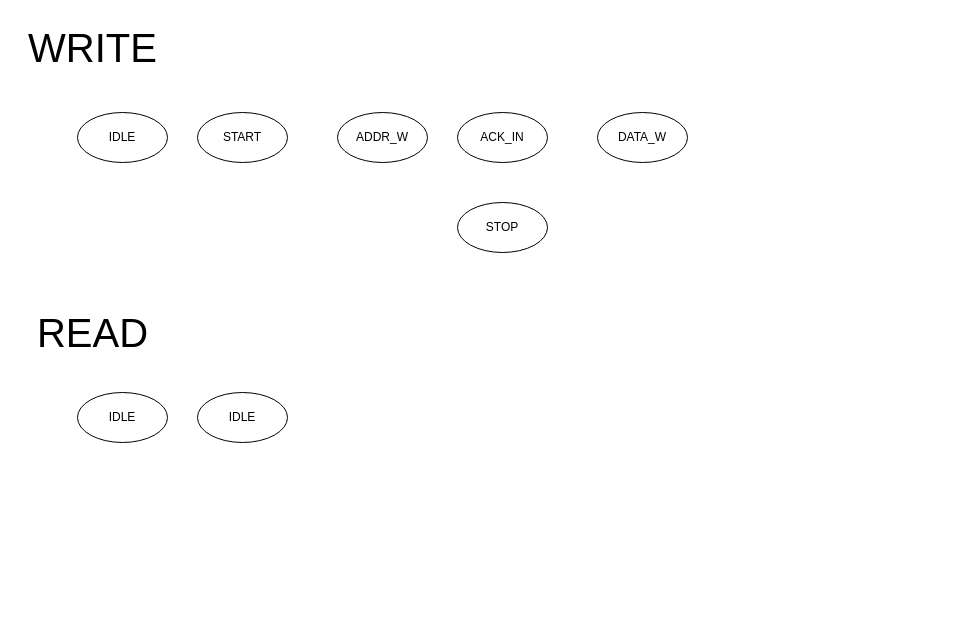
Before: I2C_FSM.drawio in kanosukii/I2C, a draw.io diagram. Source tidied: cells renumbered, new cells numbered last; positions are measured from the earlier drawing's top-left corner, leaving out a move shared by most shapes. Both pictures are drawn from the tidied source at 100%, with x=0, y=0 at pixel (17, 17).
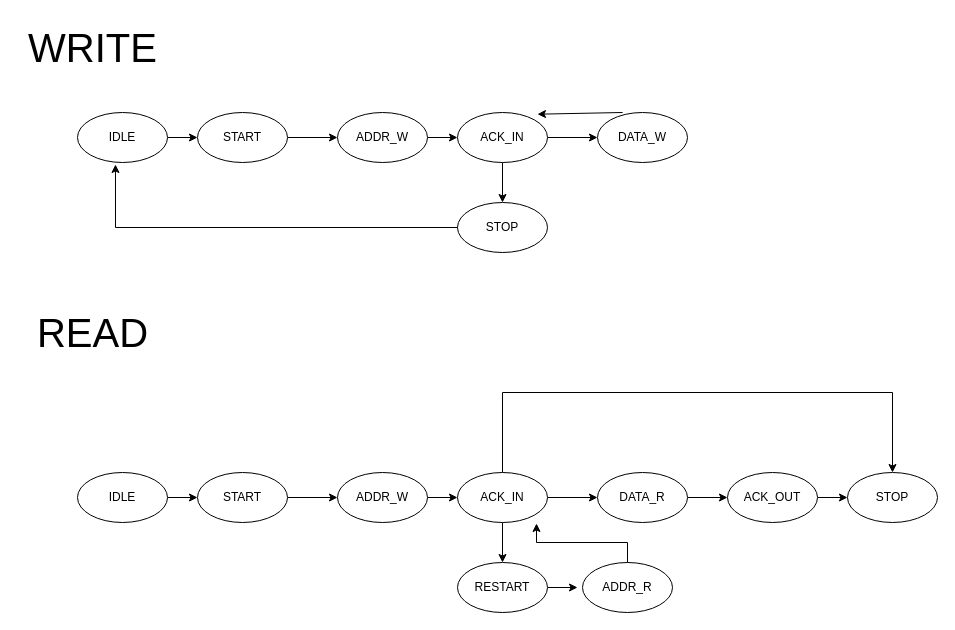
The same diagram, later.

The change refers to these unchanged cells:
```xml
<mxCell id="2" value="START" style="ellipse;whiteSpace=wrap;html=1;" parent="1" vertex="1">
  <mxGeometry x="180" y="95" width="90" height="50" as="geometry" />
</mxCell>
<mxCell id="4" value="IDLE" style="ellipse;whiteSpace=wrap;html=1;" parent="1" vertex="1">
  <mxGeometry x="60" y="95" width="90" height="50" as="geometry" />
</mxCell>
<mxCell id="5" value="ACK_IN" style="ellipse;whiteSpace=wrap;html=1;" parent="1" vertex="1">
  <mxGeometry x="440" y="95" width="90" height="50" as="geometry" />
</mxCell>
<mxCell id="6" value="ADDR_W" style="ellipse;whiteSpace=wrap;html=1;" parent="1" vertex="1">
  <mxGeometry x="320" y="95" width="90" height="50" as="geometry" />
</mxCell>
<mxCell id="7" value="STOP" style="ellipse;whiteSpace=wrap;html=1;" parent="1" vertex="1">
  <mxGeometry x="440" y="185" width="90" height="50" as="geometry" />
</mxCell>
<mxCell id="8" value="DATA_W" style="ellipse;whiteSpace=wrap;html=1;" parent="1" vertex="1">
  <mxGeometry x="580" y="95" width="90" height="50" as="geometry" />
</mxCell>
```

Diff of the diagram source:
```diff
@@
+    <mxCell id="12" style="edgeStyle=orthogonalEdgeStyle;rounded=0;jettySize=auto;html=1;exitX=1;exitY=0.5;exitDx=0;exitDy=0;entryX=0;entryY=0.5;entryDx=0;entryDy=0;" parent="1" edge="1" source="2" target="6">
+      <mxGeometry relative="1" as="geometry" />
+    </mxCell>
@@
+    <mxCell id="13" style="edgeStyle=orthogonalEdgeStyle;rounded=0;jettySize=auto;html=1;exitX=1;exitY=0.5;exitDx=0;exitDy=0;entryX=0;entryY=0.5;entryDx=0;entryDy=0;" parent="1" edge="1" source="4" target="2">
+      <mxGeometry relative="1" as="geometry" />
+    </mxCell>
@@
+    <mxCell id="14" style="edgeStyle=orthogonalEdgeStyle;rounded=0;jettySize=auto;html=1;exitX=1;exitY=0.5;exitDx=0;exitDy=0;entryX=0;entryY=0.5;entryDx=0;entryDy=0;" parent="1" edge="1" source="5" target="8">
+      <mxGeometry relative="1" as="geometry" />
+    </mxCell>
+    <mxCell id="15" style="edgeStyle=orthogonalEdgeStyle;rounded=0;jettySize=auto;html=1;exitX=0.5;exitY=1;exitDx=0;exitDy=0;entryX=0.5;entryY=0;entryDx=0;entryDy=0;" parent="1" edge="1" source="5" target="7">
+      <mxGeometry relative="1" as="geometry" />
+    </mxCell>
@@
+    <mxCell id="16" style="edgeStyle=orthogonalEdgeStyle;rounded=0;jettySize=auto;html=1;exitX=1;exitY=0.5;exitDx=0;exitDy=0;entryX=0;entryY=0.5;entryDx=0;entryDy=0;" parent="1" edge="1" source="6" target="5">
+      <mxGeometry relative="1" as="geometry" />
+    </mxCell>
@@
-    <mxCell id="9" value="IDLE" style="ellipse;whiteSpace=wrap;html=1;" parent="1" vertex="1">
-      <mxGeometry x="180" y="375" width="90" height="50" as="geometry" />
+    <mxCell id="9" value="STOP" style="ellipse;whiteSpace=wrap;html=1;" parent="1" vertex="1">
+      <mxGeometry x="830" y="455" width="90" height="50" as="geometry" />
     </mxCell>
+    <mxCell id="17" style="edgeStyle=orthogonalEdgeStyle;rounded=0;jettySize=auto;html=1;exitX=1;exitY=0.5;exitDx=0;exitDy=0;entryX=0;entryY=0.5;entryDx=0;entryDy=0;" parent="1" edge="1" source="10" target="9">
+      <mxGeometry relative="1" as="geometry" />
+    </mxCell>
-    <mxCell id="10" value="IDLE" style="ellipse;whiteSpace=wrap;html=1;" parent="1" vertex="1">
-      <mxGeometry x="60" y="375" width="90" height="50" as="geometry" />
+    <mxCell id="10" value="ACK_OUT" style="ellipse;whiteSpace=wrap;html=1;" parent="1" vertex="1">
+      <mxGeometry x="710" y="455" width="90" height="50" as="geometry" />
     </mxCell>
@@
+    <mxCell id="18" style="endArrow=classic;html=1;rounded=0;entryX=0.756;entryY=0.18;entryDx=0;entryDy=0;entryPerimeter=0;exitX=0;exitY=0;exitDx=0;exitDy=0;" parent="1" edge="1">
+      <mxGeometry relative="1" as="geometry">
+        <mxPoint x="605.1" y="95" as="sourcePoint" />
+        <mxPoint x="520" y="96.7" as="targetPoint" />
+      </mxGeometry>
+    </mxCell>
+    <mxCell id="19" style="edgeStyle=orthogonalEdgeStyle;rounded=0;jettySize=auto;html=1;exitX=1;exitY=0.5;exitDx=0;exitDy=0;entryX=0;entryY=0.5;entryDx=0;entryDy=0;" parent="1" edge="1" source="20" target="28">
+      <mxGeometry relative="1" as="geometry" />
+    </mxCell>
+    <mxCell id="20" value="START" style="ellipse;whiteSpace=wrap;html=1;" parent="1" vertex="1">
+      <mxGeometry x="180" y="455" width="90" height="50" as="geometry" />
+    </mxCell>
+    <mxCell id="21" style="edgeStyle=orthogonalEdgeStyle;rounded=0;jettySize=auto;html=1;exitX=1;exitY=0.5;exitDx=0;exitDy=0;entryX=0;entryY=0.5;entryDx=0;entryDy=0;" parent="1" edge="1" source="22" target="20">
+      <mxGeometry relative="1" as="geometry" />
+    </mxCell>
+    <mxCell id="22" value="IDLE" style="ellipse;whiteSpace=wrap;html=1;" parent="1" vertex="1">
+      <mxGeometry x="60" y="455" width="90" height="50" as="geometry" />
+    </mxCell>
+    <mxCell id="23" style="edgeStyle=orthogonalEdgeStyle;rounded=0;jettySize=auto;html=1;exitX=1;exitY=0.5;exitDx=0;exitDy=0;entryX=0;entryY=0.5;entryDx=0;entryDy=0;" parent="1" edge="1" source="26" target="32">
+      <mxGeometry relative="1" as="geometry" />
+    </mxCell>
+    <mxCell id="24" style="edgeStyle=orthogonalEdgeStyle;rounded=0;jettySize=auto;html=1;exitX=0.5;exitY=1;exitDx=0;exitDy=0;entryX=0.5;entryY=0;entryDx=0;entryDy=0;" parent="1" edge="1" source="26" target="30">
+      <mxGeometry relative="1" as="geometry" />
+    </mxCell>
+    <mxCell id="25" style="edgeStyle=orthogonalEdgeStyle;rounded=0;jettySize=auto;html=1;exitX=0.5;exitY=0;exitDx=0;exitDy=0;entryX=0.5;entryY=0;entryDx=0;entryDy=0;" parent="1" edge="1" source="26" target="9">
+      <mxGeometry relative="1" as="geometry">
+        <Array as="points">
+          <mxPoint x="485" y="375" />
+          <mxPoint x="875" y="375" />
+        </Array>
+      </mxGeometry>
+    </mxCell>
+    <mxCell id="26" value="ACK_IN" style="ellipse;whiteSpace=wrap;html=1;" parent="1" vertex="1">
+      <mxGeometry x="440" y="455" width="90" height="50" as="geometry" />
+    </mxCell>
+    <mxCell id="27" style="edgeStyle=orthogonalEdgeStyle;rounded=0;jettySize=auto;html=1;exitX=1;exitY=0.5;exitDx=0;exitDy=0;entryX=0;entryY=0.5;entryDx=0;entryDy=0;" parent="1" edge="1" source="28" target="26">
+      <mxGeometry relative="1" as="geometry" />
+    </mxCell>
+    <mxCell id="28" value="ADDR_W" style="ellipse;whiteSpace=wrap;html=1;" parent="1" vertex="1">
+      <mxGeometry x="320" y="455" width="90" height="50" as="geometry" />
+    </mxCell>
+    <mxCell id="29" style="edgeStyle=orthogonalEdgeStyle;rounded=0;jettySize=auto;html=1;exitX=1;exitY=0.5;exitDx=0;exitDy=0;" parent="1" edge="1" source="30">
+      <mxGeometry relative="1" as="geometry">
+        <mxPoint x="560" y="570" as="targetPoint" />
+      </mxGeometry>
+    </mxCell>
+    <mxCell id="30" value="RESTART" style="ellipse;whiteSpace=wrap;html=1;" parent="1" vertex="1">
+      <mxGeometry x="440" y="545" width="90" height="50" as="geometry" />
+    </mxCell>
+    <mxCell id="31" style="edgeStyle=orthogonalEdgeStyle;rounded=0;jettySize=auto;html=1;exitX=1;exitY=0.5;exitDx=0;exitDy=0;entryX=0;entryY=0.5;entryDx=0;entryDy=0;" parent="1" edge="1" source="32" target="10">
+      <mxGeometry relative="1" as="geometry" />
+    </mxCell>
+    <mxCell id="32" value="DATA_R" style="ellipse;whiteSpace=wrap;html=1;" parent="1" vertex="1">
+      <mxGeometry x="580" y="455" width="90" height="50" as="geometry" />
+    </mxCell>
+    <mxCell id="33" style="edgeStyle=orthogonalEdgeStyle;rounded=0;jettySize=auto;html=1;exitX=0;exitY=0.5;exitDx=0;exitDy=0;entryX=0.422;entryY=1.04;entryDx=0;entryDy=0;entryPerimeter=0;" parent="1" edge="1" source="7" target="4">
+      <mxGeometry relative="1" as="geometry" />
+    </mxCell>
+    <mxCell id="34" value="ADDR_R" style="ellipse;whiteSpace=wrap;html=1;" parent="1" vertex="1">
+      <mxGeometry x="565" y="545" width="90" height="50" as="geometry" />
+    </mxCell>
+    <mxCell id="35" style="edgeStyle=orthogonalEdgeStyle;rounded=0;jettySize=auto;html=1;exitX=0.5;exitY=0;exitDx=0;exitDy=0;entryX=0.878;entryY=1.02;entryDx=0;entryDy=0;entryPerimeter=0;" parent="1" edge="1" source="34" target="26">
+      <mxGeometry relative="1" as="geometry" />
+    </mxCell>
```
